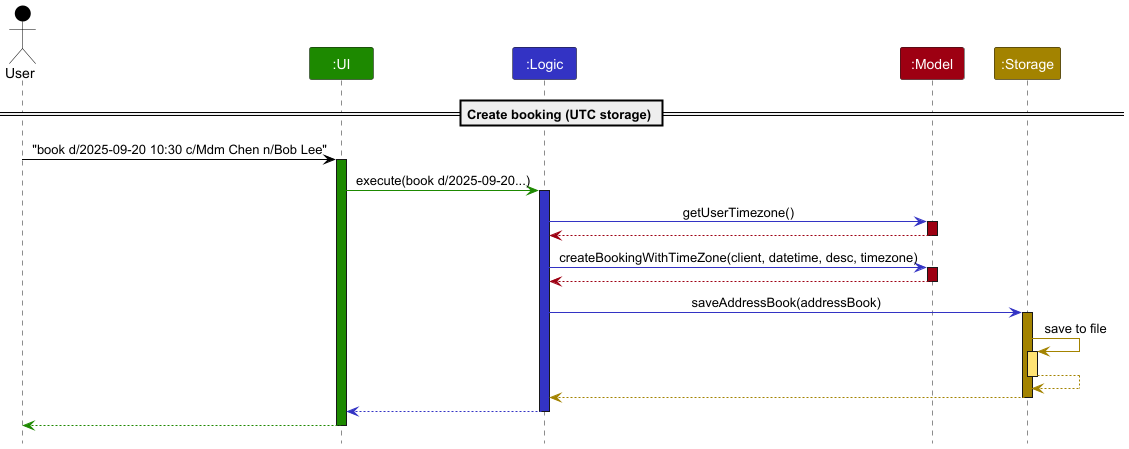
Earlier version of the PlantUML export docs/images/TimeZoneCreateBookingSequence.png (tathan08/tp).
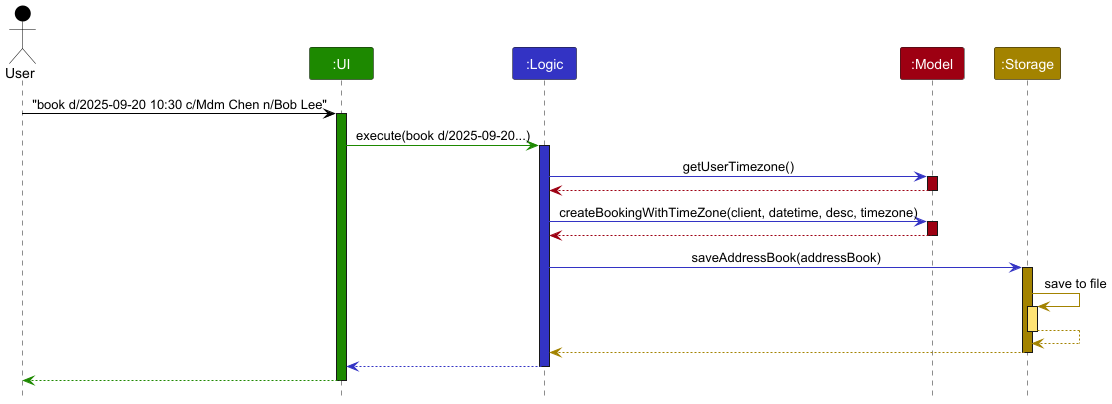
Above is the later version.

Diff of the diagram source:
```diff
@@ -7,9 +7,6 @@
 Participant ":Logic" as logic LOGIC_COLOR
 Participant ":Model" as model MODEL_COLOR
 Participant ":Storage" as storage STORAGE_COLOR
-
-
-== Create booking (UTC storage) ==
 
 
 user -[USER_COLOR]> ui : "book d/2025-09-20 10:30 c/Mdm Chen n/Bob Lee"
```
